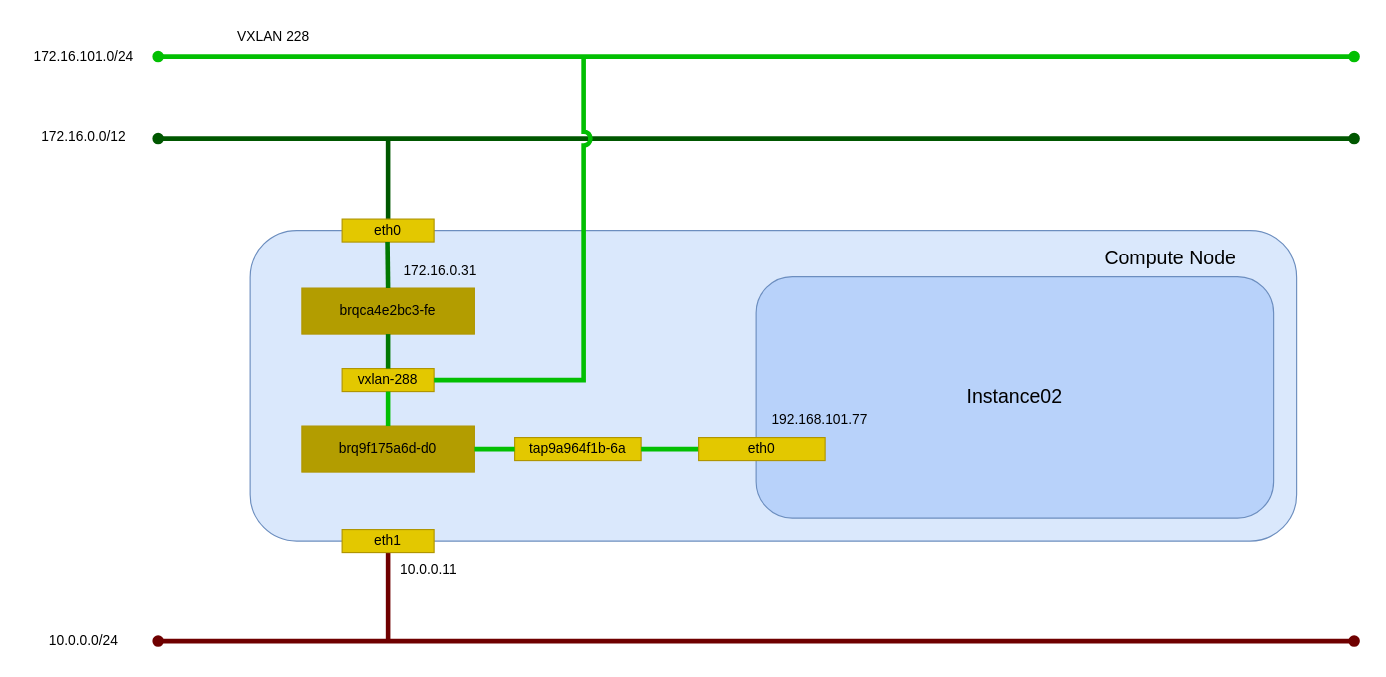
Earlier version of the draw.io diagram _static/image/network_vxlan_instance_linuxbridge.drawio (9506hqwy/openstack_study_notes). Source tidied: cells renumbered, new cells numbered last; positions are measured from the earlier drawing's top-left corner, leaving out a move shared by most shapes. Both pictures are drawn from the tidied source at 115%, with x=0, y=0 at pixel (20, 20).
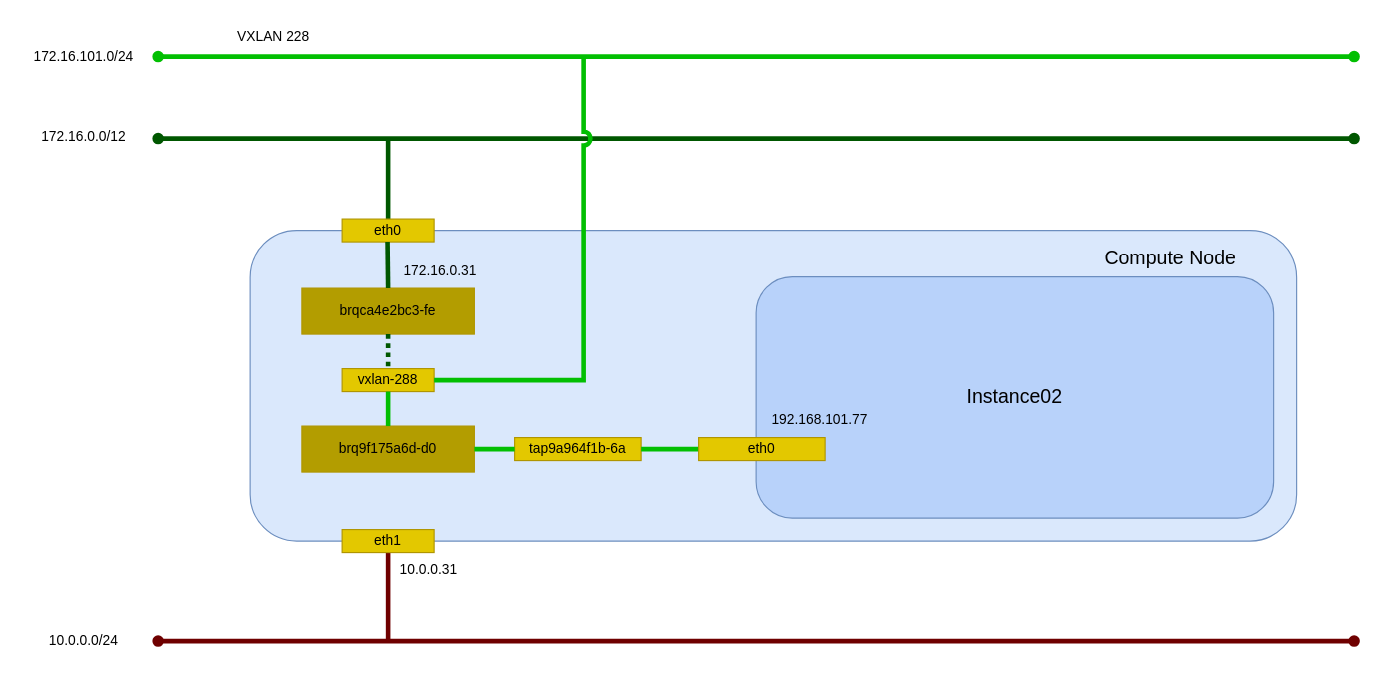
The same diagram, later.

The change refers to these unchanged cells:
```xml
<mxCell id="14" value="vxlan-288" style="rounded=0;whiteSpace=wrap;html=1;fillColor=#e3c800;fontColor=#000000;strokeColor=#B09500;" parent="11" vertex="1">
  <mxGeometry x="280" y="303" width="80" height="20" as="geometry" />
</mxCell>
<mxCell id="22" value="brqca4e2bc3-fe" style="rounded=0;whiteSpace=wrap;html=1;fillColor=#B39D00;fontColor=#000000;strokeColor=#B09500;" parent="11" vertex="1">
  <mxGeometry x="245" y="233" width="150" height="40" as="geometry" />
</mxCell>
```

The edit, as a diff of the source:
```diff
@@
-    <mxCell id="15" value="10.0.0.11" style="text;html=1;align=center;verticalAlign=middle;strokeColor=none;fillColor=none;" parent="11" vertex="1">
+    <mxCell id="15" value="10.0.0.31" style="text;html=1;align=center;verticalAlign=middle;strokeColor=none;fillColor=none;" parent="11" vertex="1">
       <mxGeometry x="320" y="463" width="70" height="30" as="geometry" />
     </mxCell>
@@
-    <mxCell id="23" style="endArrow=none;html=1;rounded=0;startArrow=none;startFill=0;endFill=0;strokeWidth=4;fillColor=#008a00;strokeColor=#017801;" parent="11" edge="1">
+    <mxCell id="23" style="endArrow=none;html=1;rounded=0;startArrow=none;startFill=0;endFill=0;strokeWidth=4;fillColor=#008a00;strokeColor=#005700;" parent="11" edge="1">
       <mxGeometry relative="1" as="geometry">
         <mxPoint x="319.5" y="193" as="sourcePoint" />
         <mxPoint x="320" y="233" as="targetPoint" />
       </mxGeometry>
     </mxCell>
-    <mxCell id="24" style="endArrow=none;html=1;rounded=0;startArrow=none;startFill=0;endFill=0;strokeWidth=4;fillColor=#008a00;strokeColor=#017801;entryX=0.5;entryY=0;entryDx=0;entryDy=0;exitX=0.5;exitY=1;exitDx=0;exitDy=0;" parent="11" edge="1" source="22" target="14">
+    <mxCell id="24" style="endArrow=none;html=1;rounded=0;startArrow=none;startFill=0;endFill=0;strokeWidth=4;fillColor=#008a00;strokeColor=#005700;entryX=0.5;entryY=0;entryDx=0;entryDy=0;exitX=0.5;exitY=1;exitDx=0;exitDy=0;dashed=1;dashPattern=1 1;" parent="11" edge="1" source="22" target="14">
       <mxGeometry relative="1" as="geometry" />
     </mxCell>
```
